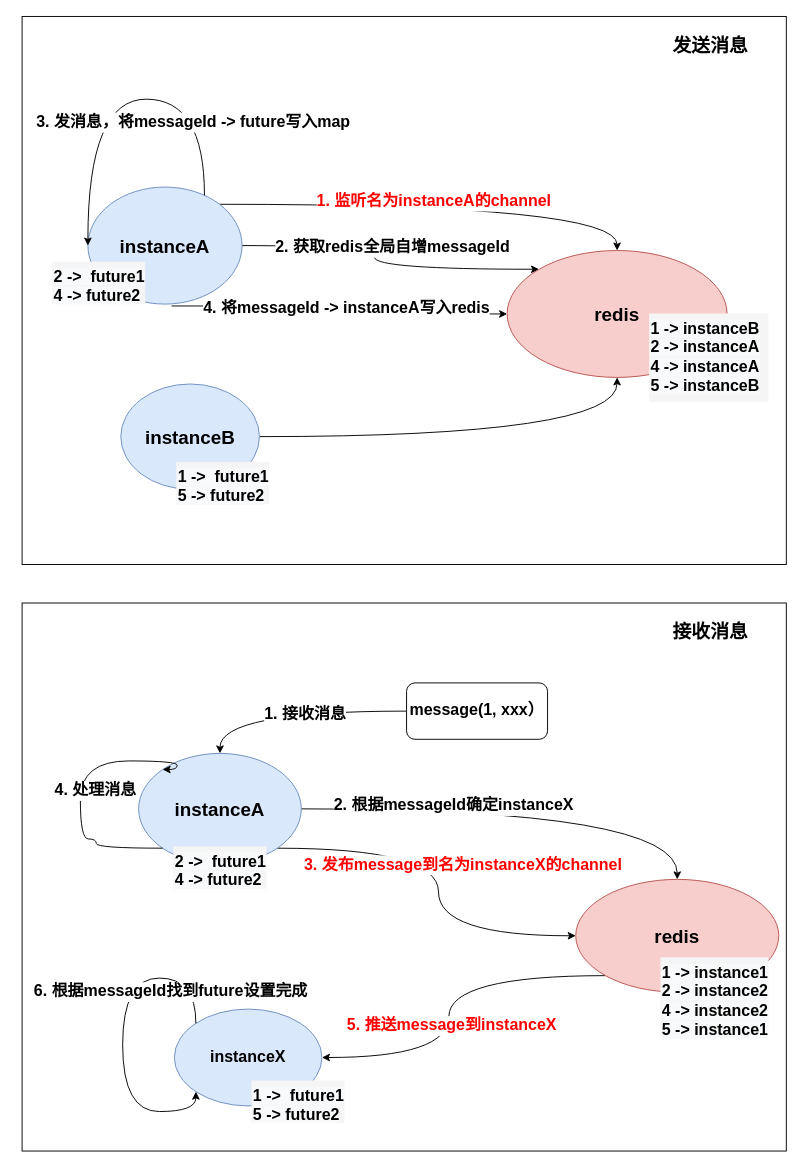
Earlier version of the draw.io diagram async2sync.drawio (jimmy0/chart). Source tidied: cells renumbered, new cells numbered last; positions are measured from the earlier drawing's top-left corner, leaving out a move shared by most shapes. Both pictures are drawn from the tidied source at 94%, with x=0, y=0 at pixel (22, 16).
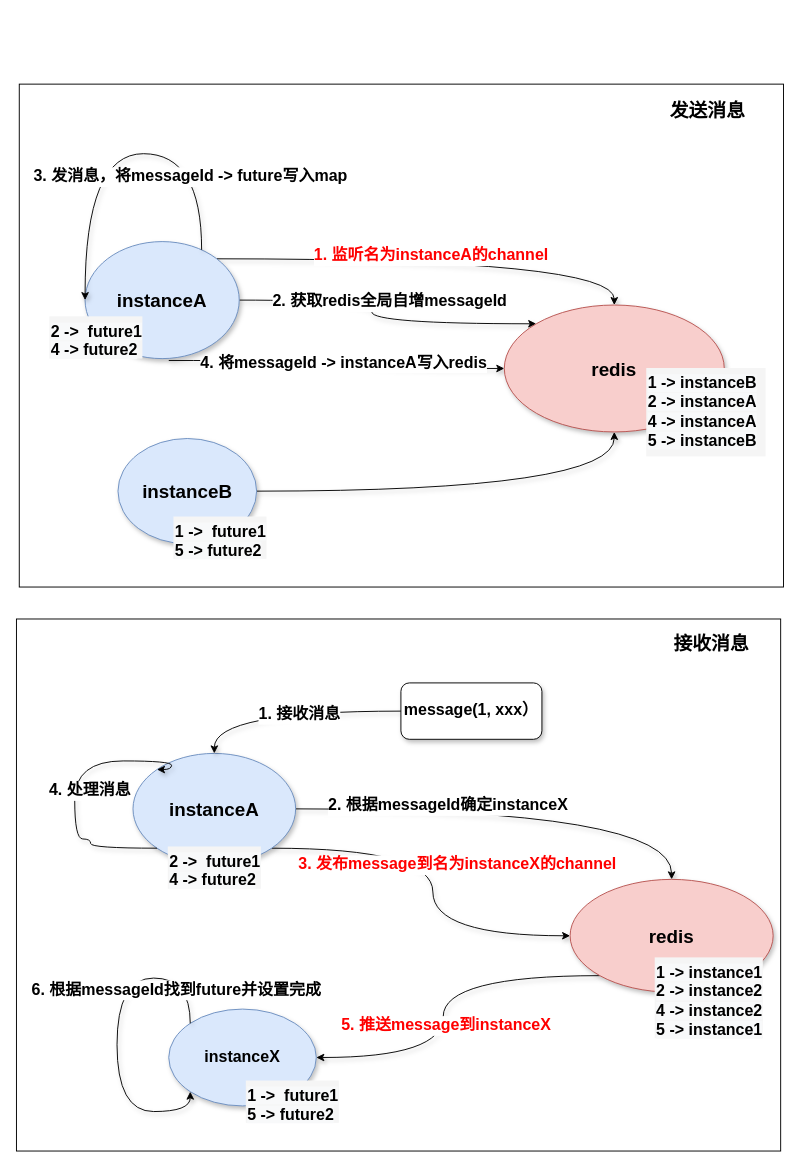
The same page after the edit.

Diff of the diagram source:
```diff
@@
     <mxCell id="2" style="rounded=0;whiteSpace=wrap;html=1;fontSize=17;fontStyle=1;" parent="1" vertex="1">
-      <mxGeometry y="624" width="813" height="583" as="geometry" />
+      <mxGeometry x="-6" y="641" width="813" height="566" as="geometry" />
     </mxCell>
-    <mxCell id="3" value="接收消息" style="text;html=1;strokeColor=none;fillColor=none;align=center;verticalAlign=middle;whiteSpace=wrap;rounded=0;fontSize=20;fontStyle=1;" parent="1" vertex="1">
-      <mxGeometry x="687" y="644" width="91" height="20" as="geometry" />
+    <mxCell id="3" value="接收消息" style="text;html=1;strokeColor=none;fillColor=none;align=center;verticalAlign=middle;whiteSpace=wrap;rounded=0;fontSize=20;fontStyle=1;shadow=0;" parent="1" vertex="1">
+      <mxGeometry x="688" y="657" width="91" height="20" as="geometry" />
     </mxCell>
     <mxCell id="4" style="rounded=0;whiteSpace=wrap;html=1;fontSize=17;fontStyle=1;" parent="1" vertex="1">
-      <mxGeometry width="813" height="583" as="geometry" />
+      <mxGeometry x="-3" y="72" width="813" height="535" as="geometry" />
     </mxCell>
-    <mxCell id="5" style="rounded=0;jettySize=auto;html=1;entryX=0.5;entryY=0;entryDx=0;entryDy=0;fontSize=17;exitX=1;exitY=0;exitDx=0;exitDy=0;edgeStyle=orthogonalEdgeStyle;curved=1;fontStyle=1;" parent="1" edge="1" source="11" target="14">
+    <mxCell id="5" style="rounded=0;jettySize=auto;html=1;entryX=0.5;entryY=0;entryDx=0;entryDy=0;fontSize=17;exitX=1;exitY=0;exitDx=0;exitDy=0;edgeStyle=orthogonalEdgeStyle;curved=1;fontStyle=1;shadow=1;" parent="1" edge="1" source="11" target="14">
       <mxGeometry relative="1" as="geometry" />
     </mxCell>
@@
-    <mxCell id="7" style="rounded=0;jettySize=auto;html=1;entryX=0;entryY=0;entryDx=0;entryDy=0;fontSize=17;exitX=1;exitY=0.5;exitDx=0;exitDy=0;edgeStyle=orthogonalEdgeStyle;curved=1;fontStyle=1;" parent="1" edge="1" source="11" target="14">
+    <mxCell id="7" style="rounded=0;jettySize=auto;html=1;entryX=0;entryY=0;entryDx=0;entryDy=0;fontSize=17;exitX=1;exitY=0.5;exitDx=0;exitDy=0;edgeStyle=orthogonalEdgeStyle;curved=1;fontStyle=1;shadow=1;" parent="1" edge="1" source="11" target="14">
       <mxGeometry relative="1" as="geometry" />
     </mxCell>
@@
-    <mxCell id="9" style="edgeStyle=orthogonalEdgeStyle;curved=1;rounded=0;jettySize=auto;html=1;entryX=0;entryY=0.5;entryDx=0;entryDy=0;fontSize=17;fontStyle=1;exitX=0.543;exitY=1.016;exitDx=0;exitDy=0;exitPerimeter=0;" parent="1" edge="1" source="11" target="14">
+    <mxCell id="9" style="edgeStyle=orthogonalEdgeStyle;curved=1;rounded=0;jettySize=auto;html=1;entryX=0;entryY=0.5;entryDx=0;entryDy=0;fontSize=17;fontStyle=1;exitX=0.543;exitY=1.016;exitDx=0;exitDy=0;exitPerimeter=0;shadow=1;" parent="1" edge="1" source="11" target="14">
       <mxGeometry relative="1" as="geometry" />
     </mxCell>
@@
-    <mxCell id="11" value="instanceA" style="ellipse;whiteSpace=wrap;html=1;fontSize=20;fontStyle=1;fillColor=#dae8fc;strokeColor=#6c8ebf;" parent="1" vertex="1">
-      <mxGeometry x="70" y="181.5" width="164" height="124.5" as="geometry" />
+    <mxCell id="11" value="instanceA" style="ellipse;whiteSpace=wrap;html=1;fontSize=20;fontStyle=1;fillColor=#dae8fc;strokeColor=#6c8ebf;shadow=1;" parent="1" vertex="1">
+      <mxGeometry x="67" y="239.5" width="164" height="124.5" as="geometry" />
     </mxCell>
-    <mxCell id="12" style="edgeStyle=orthogonalEdgeStyle;rounded=0;jettySize=auto;html=1;entryX=0.5;entryY=1;entryDx=0;entryDy=0;fontSize=17;curved=1;fontStyle=1;" parent="1" edge="1" source="13" target="14">
+    <mxCell id="12" style="edgeStyle=orthogonalEdgeStyle;rounded=0;jettySize=auto;html=1;entryX=0.5;entryY=1;entryDx=0;entryDy=0;fontSize=17;curved=1;fontStyle=1;shadow=1;" parent="1" edge="1" source="13" target="14">
       <mxGeometry relative="1" as="geometry" />
     </mxCell>
-    <mxCell id="13" value="instanceB" style="ellipse;whiteSpace=wrap;html=1;fontSize=20;fontStyle=1;fillColor=#dae8fc;strokeColor=#6c8ebf;" parent="1" vertex="1">
-      <mxGeometry x="105" y="391" width="147.5" height="112" as="geometry" />
+    <mxCell id="13" value="instanceB" style="ellipse;whiteSpace=wrap;html=1;fontSize=20;fontStyle=1;fillColor=#dae8fc;strokeColor=#6c8ebf;shadow=1;" parent="1" vertex="1">
+      <mxGeometry x="102" y="449" width="147.5" height="112" as="geometry" />
     </mxCell>
-    <mxCell id="14" value="redis" style="ellipse;whiteSpace=wrap;html=1;fontSize=20;fontStyle=1;fillColor=#f8cecc;strokeColor=#b85450;" parent="1" vertex="1">
-      <mxGeometry x="516" y="249" width="234" height="135" as="geometry" />
+    <mxCell id="14" value="redis" style="ellipse;whiteSpace=wrap;html=1;fontSize=20;fontStyle=1;fillColor=#f8cecc;strokeColor=#b85450;shadow=1;" parent="1" vertex="1">
+      <mxGeometry x="513" y="307" width="234" height="135" as="geometry" />
     </mxCell>
-    <mxCell id="15" style="edgeStyle=orthogonalEdgeStyle;rounded=0;jettySize=auto;html=1;entryX=0.5;entryY=0;entryDx=0;entryDy=0;fontSize=17;fontStyle=1;curved=1;" parent="1" edge="1" source="19" target="23">
+    <mxCell id="15" style="edgeStyle=orthogonalEdgeStyle;rounded=0;jettySize=auto;html=1;entryX=0.5;entryY=0;entryDx=0;entryDy=0;fontSize=17;fontStyle=1;curved=1;shadow=1;" parent="1" edge="1" source="19" target="23">
       <mxGeometry relative="1" as="geometry" />
     </mxCell>
@@
-    <mxCell id="17" style="edgeStyle=orthogonalEdgeStyle;rounded=0;jettySize=auto;html=1;exitX=1;exitY=1;exitDx=0;exitDy=0;entryX=0;entryY=0.5;entryDx=0;entryDy=0;fontSize=17;fontStyle=1;curved=1;" parent="1" edge="1" source="19" target="23">
+    <mxCell id="17" style="edgeStyle=orthogonalEdgeStyle;rounded=0;jettySize=auto;html=1;exitX=1;exitY=1;exitDx=0;exitDy=0;entryX=0;entryY=0.5;entryDx=0;entryDy=0;fontSize=17;fontStyle=1;curved=1;shadow=1;" parent="1" edge="1" source="19" target="23">
       <mxGeometry relative="1" as="geometry" />
     </mxCell>
@@
-    <mxCell id="19" value="instanceA" style="ellipse;whiteSpace=wrap;html=1;fontSize=20;fontStyle=1;fillColor=#dae8fc;strokeColor=#6c8ebf;" parent="1" vertex="1">
-      <mxGeometry x="124" y="784" width="173" height="118" as="geometry" />
+    <mxCell id="19" value="instanceA" style="ellipse;whiteSpace=wrap;html=1;fontSize=20;fontStyle=1;fillColor=#dae8fc;strokeColor=#6c8ebf;shadow=1;" parent="1" vertex="1">
+      <mxGeometry x="118" y="784" width="173" height="118" as="geometry" />
     </mxCell>
-    <mxCell id="20" value="instanceX" style="ellipse;whiteSpace=wrap;html=1;fontSize=17;fontStyle=1;fillColor=#dae8fc;strokeColor=#6c8ebf;" parent="1" vertex="1">
-      <mxGeometry x="162" y="1056" width="157" height="103" as="geometry" />
+    <mxCell id="20" value="instanceX" style="ellipse;whiteSpace=wrap;html=1;fontSize=17;fontStyle=1;fillColor=#dae8fc;strokeColor=#6c8ebf;shadow=1;" parent="1" vertex="1">
+      <mxGeometry x="156" y="1056" width="157" height="103" as="geometry" />
     </mxCell>
-    <mxCell id="21" style="edgeStyle=orthogonalEdgeStyle;rounded=0;jettySize=auto;html=1;exitX=0;exitY=1;exitDx=0;exitDy=0;entryX=1;entryY=0.5;entryDx=0;entryDy=0;fontSize=17;fontStyle=1;curved=1;fontColor=#FF0000;" parent="1" edge="1" source="23" target="20">
+    <mxCell id="21" style="edgeStyle=orthogonalEdgeStyle;rounded=0;jettySize=auto;html=1;exitX=0;exitY=1;exitDx=0;exitDy=0;entryX=1;entryY=0.5;entryDx=0;entryDy=0;fontSize=17;fontStyle=1;curved=1;fontColor=#FF0000;shadow=1;" parent="1" edge="1" source="23" target="20">
       <mxGeometry relative="1" as="geometry" />
     </mxCell>
@@
-    <mxCell id="23" value="redis" style="ellipse;whiteSpace=wrap;html=1;fontSize=20;fontStyle=1;fillColor=#f8cecc;strokeColor=#b85450;" parent="1" vertex="1">
-      <mxGeometry x="589" y="918" width="216" height="120" as="geometry" />
+    <mxCell id="23" value="redis" style="ellipse;whiteSpace=wrap;html=1;fontSize=20;fontStyle=1;fillColor=#f8cecc;strokeColor=#b85450;shadow=1;" parent="1" vertex="1">
+      <mxGeometry x="583" y="918" width="216" height="120" as="geometry" />
     </mxCell>
-    <mxCell id="24" style="edgeStyle=orthogonalEdgeStyle;rounded=0;jettySize=auto;html=1;fontSize=17;fontStyle=1;curved=1;" parent="1" edge="1" source="26" target="19">
+    <mxCell id="24" style="edgeStyle=orthogonalEdgeStyle;rounded=0;jettySize=auto;html=1;fontSize=17;fontStyle=1;curved=1;shadow=1;" parent="1" edge="1" source="26" target="19">
       <mxGeometry relative="1" as="geometry" />
     </mxCell>
@@
-    <mxCell id="26" value="message(1, xxx）" style="rounded=1;whiteSpace=wrap;html=1;fontSize=17;fontStyle=1;" parent="1" vertex="1">
-      <mxGeometry x="409" y="709" width="150" height="60" as="geometry" />
+    <mxCell id="26" value="message(1, xxx）" style="rounded=1;whiteSpace=wrap;html=1;fontSize=17;fontStyle=1;shadow=1;" parent="1" vertex="1">
+      <mxGeometry x="403" y="709" width="150" height="60" as="geometry" />
     </mxCell>
-    <mxCell id="27" style="edgeStyle=orthogonalEdgeStyle;rounded=0;orthogonalLoop=1;jettySize=auto;html=1;exitX=0;exitY=1;exitDx=0;exitDy=0;entryX=0;entryY=0;entryDx=0;entryDy=0;fontSize=17;curved=1;fontStyle=1;" parent="1" edge="1" source="19" target="19">
+    <mxCell id="27" style="edgeStyle=orthogonalEdgeStyle;rounded=0;orthogonalLoop=1;jettySize=auto;html=1;exitX=0;exitY=1;exitDx=0;exitDy=0;entryX=0;entryY=0;entryDx=0;entryDy=0;fontSize=17;curved=1;fontStyle=1;shadow=1;" parent="1" edge="1" source="19" target="19">
       <mxGeometry relative="1" as="geometry">
         <Array as="points">
-          <mxPoint x="79" y="885" />
-          <mxPoint x="79" y="875" />
-          <mxPoint x="62" y="875" />
-          <mxPoint x="62" y="792" />
-          <mxPoint x="165" y="792" />
-          <mxPoint x="165" y="801" />
+          <mxPoint x="73" y="885" />
+          <mxPoint x="73" y="875" />
+          <mxPoint x="56" y="875" />
+          <mxPoint x="56" y="792" />
+          <mxPoint x="159" y="792" />
+          <mxPoint x="159" y="801" />
         </Array>
       </mxGeometry>
     </mxCell>
@@
     <mxCell id="29" value="&lt;span style=&quot;color: rgb(0, 0, 0); font-family: helvetica; font-size: 17px; font-style: normal; letter-spacing: normal; text-align: center; text-indent: 0px; text-transform: none; word-spacing: 0px; background-color: rgb(248, 249, 250); display: inline; float: none;&quot;&gt;1 -&amp;gt; instance1&lt;/span&gt;&lt;br style=&quot;color: rgb(0, 0, 0); font-family: helvetica; font-size: 17px; font-style: normal; letter-spacing: normal; text-align: center; text-indent: 0px; text-transform: none; word-spacing: 0px; background-color: rgb(248, 249, 250);&quot;&gt;&lt;span style=&quot;color: rgb(0, 0, 0); font-family: helvetica; font-size: 17px; font-style: normal; letter-spacing: normal; text-align: center; text-indent: 0px; text-transform: none; word-spacing: 0px; background-color: rgb(248, 249, 250); display: inline; float: none;&quot;&gt;2 -&amp;gt; instance2&lt;/span&gt;&lt;br style=&quot;color: rgb(0, 0, 0); font-family: helvetica; font-size: 17px; font-style: normal; letter-spacing: normal; text-align: center; text-indent: 0px; text-transform: none; word-spacing: 0px; background-color: rgb(248, 249, 250);&quot;&gt;&lt;span style=&quot;color: rgb(0, 0, 0); font-family: helvetica; font-size: 17px; font-style: normal; letter-spacing: normal; text-align: center; text-indent: 0px; text-transform: none; word-spacing: 0px; background-color: rgb(248, 249, 250); display: inline; float: none;&quot;&gt;4 -&amp;gt; instance2&lt;/span&gt;&lt;br style=&quot;color: rgb(0, 0, 0); font-family: helvetica; font-size: 17px; font-style: normal; letter-spacing: normal; text-align: center; text-indent: 0px; text-transform: none; word-spacing: 0px; background-color: rgb(248, 249, 250);&quot;&gt;&lt;span style=&quot;color: rgb(0, 0, 0); font-family: helvetica; font-size: 17px; font-style: normal; letter-spacing: normal; text-align: center; text-indent: 0px; text-transform: none; word-spacing: 0px; background-color: rgb(248, 249, 250); display: inline; float: none;&quot;&gt;5 -&amp;gt; instance1&lt;/span&gt;" style="text;whiteSpace=wrap;html=1;fontSize=17;fontStyle=1;fillColor=#f5f5f5;fontColor=#333333;" parent="1" vertex="1">
-      <mxGeometry x="679" y="1001" width="115" height="86" as="geometry" />
+      <mxGeometry x="673" y="1001" width="115" height="86" as="geometry" />
     </mxCell>
-    <mxCell id="30" style="edgeStyle=orthogonalEdgeStyle;curved=1;rounded=0;orthogonalLoop=1;jettySize=auto;html=1;entryX=0;entryY=1;entryDx=0;entryDy=0;fontSize=17;exitX=0;exitY=0;exitDx=0;exitDy=0;fontStyle=1;" parent="1" edge="1" source="20" target="20">
+    <mxCell id="30" style="edgeStyle=orthogonalEdgeStyle;curved=1;rounded=0;orthogonalLoop=1;jettySize=auto;html=1;entryX=0;entryY=1;entryDx=0;entryDy=0;fontSize=17;exitX=0;exitY=0;exitDx=0;exitDy=0;fontStyle=1;shadow=1;" parent="1" edge="1" source="20" target="20">
       <mxGeometry relative="1" as="geometry">
         <Array as="points">
-          <mxPoint x="185" y="1023" />
-          <mxPoint x="107" y="1023" />
-          <mxPoint x="107" y="1165" />
-          <mxPoint x="185" y="1165" />
+          <mxPoint x="179" y="1023" />
+          <mxPoint x="101" y="1023" />
+          <mxPoint x="101" y="1165" />
+          <mxPoint x="179" y="1165" />
         </Array>
       </mxGeometry>
     </mxCell>
-    <mxCell id="31" value="6. 根据messageId找到future设置完成" style="edgeLabel;html=1;align=center;verticalAlign=middle;fontSize=17;fontStyle=1;" parent="30" vertex="1">
+    <mxCell id="31" value="6. 根据messageId找到future并设置完成" style="edgeLabel;html=1;align=center;verticalAlign=middle;fontSize=17;fontStyle=1;" parent="30" vertex="1">
       <mxGeometry x="-0.21" relative="1" as="geometry">
-        <mxPoint x="50" y="-4" as="offset" />
+        <mxPoint x="62" y="-6" as="offset" />
       </mxGeometry>
     </mxCell>
     <mxCell id="32" value="&lt;span style=&quot;color: rgb(0, 0, 0); font-family: helvetica; font-size: 17px; font-style: normal; letter-spacing: normal; text-align: center; text-indent: 0px; text-transform: none; word-spacing: 0px; background-color: rgb(248, 249, 250); display: inline; float: none;&quot;&gt;1 -&amp;gt;&amp;nbsp; future1&lt;/span&gt;&lt;br style=&quot;color: rgb(0, 0, 0); font-family: helvetica; font-size: 17px; font-style: normal; letter-spacing: normal; text-align: center; text-indent: 0px; text-transform: none; word-spacing: 0px; background-color: rgb(248, 249, 250);&quot;&gt;&lt;span style=&quot;color: rgb(0, 0, 0); font-family: helvetica; font-size: 17px; font-style: normal; letter-spacing: normal; text-align: center; text-indent: 0px; text-transform: none; word-spacing: 0px; background-color: rgb(248, 249, 250); display: inline; float: none;&quot;&gt;5 -&amp;gt; future2&lt;/span&gt;" style="text;whiteSpace=wrap;html=1;fontSize=17;fontStyle=1;fillColor=#f5f5f5;fontColor=#333333;" parent="1" vertex="1">
-      <mxGeometry x="244" y="1132" width="99" height="45" as="geometry" />
+      <mxGeometry x="238" y="1132" width="99" height="45" as="geometry" />
     </mxCell>
     <mxCell id="33" value="&lt;span style=&quot;color: rgb(0 , 0 , 0) ; font-family: &amp;quot;helvetica&amp;quot; ; font-size: 17px ; font-style: normal ; letter-spacing: normal ; text-align: center ; text-indent: 0px ; text-transform: none ; word-spacing: 0px ; background-color: rgb(248 , 249 , 250) ; display: inline ; float: none&quot;&gt;2 -&amp;gt;&amp;nbsp; future1&lt;/span&gt;&lt;br style=&quot;color: rgb(0 , 0 , 0) ; font-family: &amp;quot;helvetica&amp;quot; ; font-size: 17px ; font-style: normal ; letter-spacing: normal ; text-align: center ; text-indent: 0px ; text-transform: none ; word-spacing: 0px ; background-color: rgb(248 , 249 , 250)&quot;&gt;&lt;span style=&quot;color: rgb(0 , 0 , 0) ; font-family: &amp;quot;helvetica&amp;quot; ; font-size: 17px ; font-style: normal ; letter-spacing: normal ; text-align: center ; text-indent: 0px ; text-transform: none ; word-spacing: 0px ; background-color: rgb(248 , 249 , 250) ; display: inline ; float: none&quot;&gt;4 -&amp;gt; future2&lt;/span&gt;" style="text;whiteSpace=wrap;html=1;fontSize=17;fontStyle=1;fillColor=#f5f5f5;fontColor=#333333;" parent="1" vertex="1">
-      <mxGeometry x="32" y="261" width="99" height="45" as="geometry" />
+      <mxGeometry x="29" y="319" width="99" height="45" as="geometry" />
     </mxCell>
-    <mxCell id="34" style="edgeStyle=orthogonalEdgeStyle;curved=1;rounded=0;orthogonalLoop=1;jettySize=auto;html=1;entryX=0;entryY=0.5;entryDx=0;entryDy=0;fontSize=17;fontStyle=1;" parent="1" edge="1" source="11" target="11">
+    <mxCell id="34" style="edgeStyle=orthogonalEdgeStyle;curved=1;rounded=0;orthogonalLoop=1;jettySize=auto;html=1;entryX=0;entryY=0.5;entryDx=0;entryDy=0;fontSize=17;fontStyle=1;shadow=1;" parent="1" edge="1" source="11" target="11">
       <mxGeometry relative="1" as="geometry">
         <Array as="points">
-          <mxPoint x="194" y="88" />
-          <mxPoint x="70" y="88" />
+          <mxPoint x="191" y="146" />
+          <mxPoint x="67" y="146" />
         </Array>
       </mxGeometry>
     </mxCell>
@@
     <mxCell id="36" value="&lt;span style=&quot;color: rgb(0, 0, 0); font-family: helvetica; font-size: 17px; font-style: normal; letter-spacing: normal; text-align: center; text-indent: 0px; text-transform: none; word-spacing: 0px; background-color: rgb(248, 249, 250); display: inline; float: none;&quot;&gt;1 -&amp;gt; instanceB&lt;/span&gt;&lt;br style=&quot;color: rgb(0, 0, 0); font-family: helvetica; font-size: 17px; font-style: normal; letter-spacing: normal; text-align: center; text-indent: 0px; text-transform: none; word-spacing: 0px; background-color: rgb(248, 249, 250);&quot;&gt;&lt;span style=&quot;color: rgb(0, 0, 0); font-family: helvetica; font-size: 17px; font-style: normal; letter-spacing: normal; text-align: center; text-indent: 0px; text-transform: none; word-spacing: 0px; background-color: rgb(248, 249, 250); display: inline; float: none;&quot;&gt;2 -&amp;gt; instanceA&lt;/span&gt;&lt;br style=&quot;color: rgb(0, 0, 0); font-family: helvetica; font-size: 17px; font-style: normal; letter-spacing: normal; text-align: center; text-indent: 0px; text-transform: none; word-spacing: 0px; background-color: rgb(248, 249, 250);&quot;&gt;&lt;span style=&quot;color: rgb(0, 0, 0); font-family: helvetica; font-size: 17px; font-style: normal; letter-spacing: normal; text-align: center; text-indent: 0px; text-transform: none; word-spacing: 0px; background-color: rgb(248, 249, 250); display: inline; float: none;&quot;&gt;4 -&amp;gt; instanceA&lt;/span&gt;&lt;br style=&quot;color: rgb(0, 0, 0); font-family: helvetica; font-size: 17px; font-style: normal; letter-spacing: normal; text-align: center; text-indent: 0px; text-transform: none; word-spacing: 0px; background-color: rgb(248, 249, 250);&quot;&gt;&lt;span style=&quot;color: rgb(0, 0, 0); font-family: helvetica; font-size: 17px; font-style: normal; letter-spacing: normal; text-align: center; text-indent: 0px; text-transform: none; word-spacing: 0px; background-color: rgb(248, 249, 250); display: inline; float: none;&quot;&gt;5 -&amp;gt; instanceB&lt;/span&gt;" style="text;whiteSpace=wrap;html=1;fontSize=17;fontStyle=1;fillColor=#f5f5f5;fontColor=#333333;" parent="1" vertex="1">
-      <mxGeometry x="667" y="316" width="127" height="94" as="geometry" />
+      <mxGeometry x="664" y="374" width="127" height="94" as="geometry" />
     </mxCell>
     <mxCell id="37" value="&lt;span style=&quot;color: rgb(0, 0, 0); font-family: helvetica; font-size: 17px; font-style: normal; letter-spacing: normal; text-align: center; text-indent: 0px; text-transform: none; word-spacing: 0px; background-color: rgb(248, 249, 250); display: inline; float: none;&quot;&gt;1 -&amp;gt;&amp;nbsp; future1&lt;/span&gt;&lt;br style=&quot;color: rgb(0, 0, 0); font-family: helvetica; font-size: 17px; font-style: normal; letter-spacing: normal; text-align: center; text-indent: 0px; text-transform: none; word-spacing: 0px; background-color: rgb(248, 249, 250);&quot;&gt;&lt;span style=&quot;color: rgb(0, 0, 0); font-family: helvetica; font-size: 17px; font-style: normal; letter-spacing: normal; text-align: center; text-indent: 0px; text-transform: none; word-spacing: 0px; background-color: rgb(248, 249, 250); display: inline; float: none;&quot;&gt;5 -&amp;gt; future2&lt;/span&gt;" style="text;whiteSpace=wrap;html=1;fontSize=17;fontStyle=1;fillColor=#f5f5f5;fontColor=#333333;" parent="1" vertex="1">
-      <mxGeometry x="164" y="474" width="99" height="45" as="geometry" />
+      <mxGeometry x="161" y="532" width="99" height="45" as="geometry" />
     </mxCell>
     <mxCell id="38" value="发送消息" style="text;html=1;strokeColor=none;fillColor=none;align=center;verticalAlign=middle;whiteSpace=wrap;rounded=0;fontSize=20;fontStyle=1;" parent="1" vertex="1">
-      <mxGeometry x="687" y="20" width="91" height="20" as="geometry" />
+      <mxGeometry x="684" y="89" width="91" height="20" as="geometry" />
     </mxCell>
     <mxCell id="39" value="&lt;span style=&quot;color: rgb(0 , 0 , 0) ; font-family: &amp;quot;helvetica&amp;quot; ; font-size: 17px ; font-style: normal ; letter-spacing: normal ; text-align: center ; text-indent: 0px ; text-transform: none ; word-spacing: 0px ; background-color: rgb(248 , 249 , 250) ; display: inline ; float: none&quot;&gt;2 -&amp;gt;&amp;nbsp; future1&lt;/span&gt;&lt;br style=&quot;color: rgb(0 , 0 , 0) ; font-family: &amp;quot;helvetica&amp;quot; ; font-size: 17px ; font-style: normal ; letter-spacing: normal ; text-align: center ; text-indent: 0px ; text-transform: none ; word-spacing: 0px ; background-color: rgb(248 , 249 , 250)&quot;&gt;&lt;span style=&quot;color: rgb(0 , 0 , 0) ; font-family: &amp;quot;helvetica&amp;quot; ; font-size: 17px ; font-style: normal ; letter-spacing: normal ; text-align: center ; text-indent: 0px ; text-transform: none ; word-spacing: 0px ; background-color: rgb(248 , 249 , 250) ; display: inline ; float: none&quot;&gt;4 -&amp;gt; future2&lt;/span&gt;" style="text;whiteSpace=wrap;html=1;fontSize=17;fontStyle=1;fillColor=#f5f5f5;fontColor=#333333;" parent="1" vertex="1">
-      <mxGeometry x="161" y="883" width="99" height="45" as="geometry" />
+      <mxGeometry x="155" y="883" width="99" height="45" as="geometry" />
     </mxCell>
```
